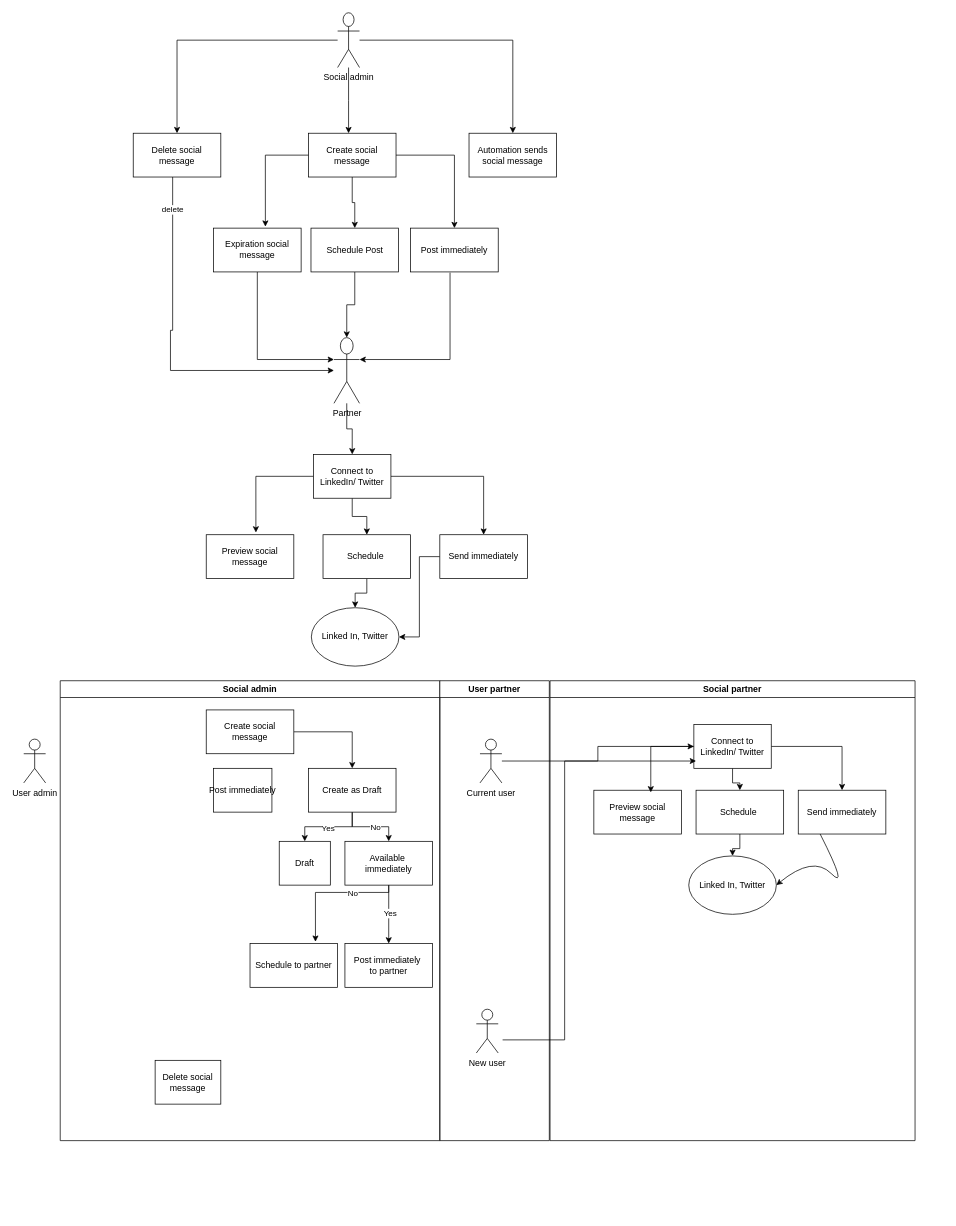
Before: Untitled Diagram.drawio in MyBN/Social-module, a draw.io diagram. Source tidied: cells renumbered, new cells numbered last; positions are measured from the earlier drawing's top-left corner, leaving out a move shared by most shapes. Both pictures are drawn from the tidied source at 73%, with x=0, y=0 at pixel (23, 12).
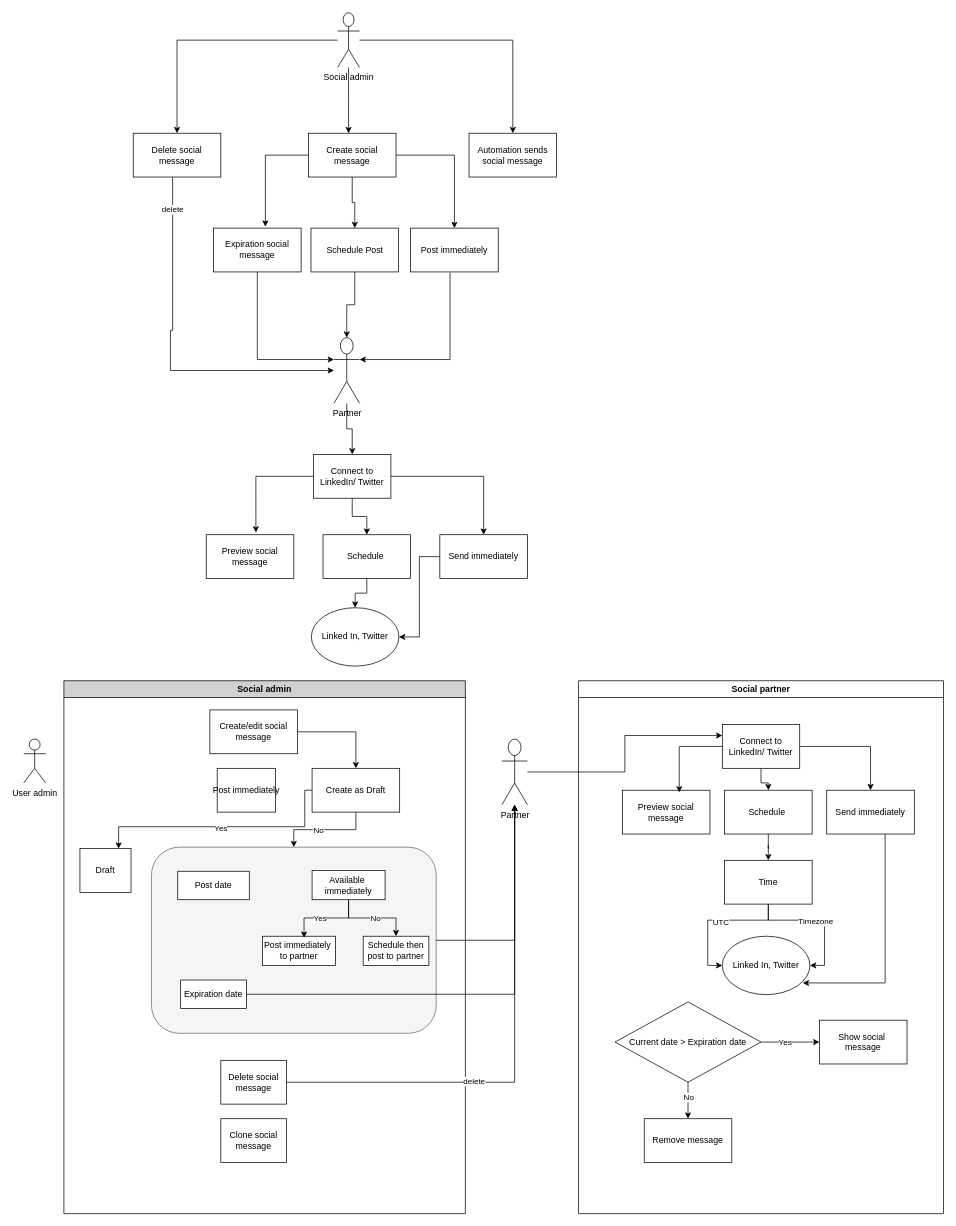
Above is the later version.

Commit message:
Social module flow

Unchanged cells that the change refers to:
```xml
<mxCell id="40" value="Create as Draft" style="rounded=0;whiteSpace=wrap;html=1;" parent="32" vertex="1">
  <mxGeometry x="340" y="120" width="120" height="60" as="geometry" />
</mxCell>
<mxCell id="57" value="Connect to LinkedIn/ Twitter" style="whiteSpace=wrap;html=1;verticalAlign=middle;" parent="54" vertex="1">
  <mxGeometry x="197" y="60" width="106" height="60" as="geometry" />
</mxCell>
<mxCell id="60" value="Schedule&amp;nbsp;" style="whiteSpace=wrap;html=1;verticalAlign=middle;" parent="54" vertex="1">
  <mxGeometry x="200" y="150" width="120" height="60" as="geometry" />
</mxCell>
<mxCell id="61" value="Send&amp;nbsp;immediately" style="whiteSpace=wrap;html=1;verticalAlign=middle;align=center;" parent="54" vertex="1">
  <mxGeometry x="340" y="150" width="120" height="60" as="geometry" />
</mxCell>
```

The edit, as a diff of the source:
```diff
@@
-    <mxCell id="32" value="Social admin" style="swimlane;whiteSpace=wrap;html=1;" parent="1" vertex="1">
-      <mxGeometry x="50" y="915" width="520" height="630" as="geometry" />
+    <mxCell id="32" value="Social admin" style="swimlane;whiteSpace=wrap;html=1;labelBackgroundColor=none;fillColor=#d1d1d1;" parent="1" vertex="1">
+      <mxGeometry x="55" y="915" width="550" height="730" as="geometry" />
     </mxCell>
+    <mxCell id="67" style="rounded=1;whiteSpace=wrap;html=1;labelBackgroundColor=#d00b0b;fillColor=#f5f5f5;strokeColor=#666666;fontColor=#333333;" parent="32" vertex="1">
+      <mxGeometry x="120" y="228" width="390" height="255" as="geometry" />
+    </mxCell>
     <mxCell id="33" value="Delete social message" style="rounded=0;whiteSpace=wrap;html=1;" parent="32" vertex="1">
-      <mxGeometry x="130" y="520" width="90" height="60" as="geometry" />
+      <mxGeometry x="215" y="520" width="90" height="60" as="geometry" />
     </mxCell>
@@
-    <mxCell id="35" value="Create social message" style="rounded=0;whiteSpace=wrap;html=1;" parent="32" vertex="1">
+    <mxCell id="35" value="Create/edit social message" style="rounded=0;whiteSpace=wrap;html=1;" parent="32" vertex="1">
       <mxGeometry x="200" y="40" width="120" height="60" as="geometry" />
     </mxCell>
     <mxCell id="36" style="edgeStyle=orthogonalEdgeStyle;rounded=0;jettySize=auto;html=1;" parent="32" edge="1" source="40" target="41">
-      <mxGeometry relative="1" as="geometry" />
+      <mxGeometry relative="1" as="geometry">
+        <Array as="points">
+          <mxPoint x="330" y="150" />
+          <mxPoint x="330" y="200" />
+          <mxPoint x="75" y="200" />
+        </Array>
+      </mxGeometry>
     </mxCell>
@@
-    <mxCell id="38" style="edgeStyle=orthogonalEdgeStyle;rounded=0;jettySize=auto;html=1;entryX=0.5;entryY=0;entryDx=0;entryDy=0;" parent="32" edge="1" source="40" target="44">
+    <mxCell id="38" style="edgeStyle=orthogonalEdgeStyle;rounded=0;jettySize=auto;html=1;entryX=0.5;entryY=0;entryDx=0;entryDy=0;" parent="32" edge="1" source="40" target="67">
       <mxGeometry relative="1" as="geometry" />
     </mxCell>
@@
     <mxCell id="41" value="Draft" style="rounded=0;whiteSpace=wrap;html=1;" parent="32" vertex="1">
-      <mxGeometry x="300" y="220" width="70" height="60" as="geometry" />
+      <mxGeometry x="22" y="230" width="70" height="60" as="geometry" />
     </mxCell>
-    <mxCell id="42" style="edgeStyle=orthogonalEdgeStyle;rounded=0;jettySize=auto;html=1;" parent="32" edge="1" source="44" target="46">
-      <mxGeometry relative="1" as="geometry" />
-    </mxCell>
-    <mxCell id="43" value="Yes" style="edgeLabel;html=1;align=center;verticalAlign=middle;" parent="42" vertex="1">
-      <mxGeometry x="-0.06" y="1" relative="1" as="geometry" />
-    </mxCell>
+    <mxCell id="48" style="edgeStyle=orthogonalEdgeStyle;rounded=0;jettySize=auto;html=1;entryX=0.5;entryY=0;entryDx=0;entryDy=0;" parent="32" edge="1" source="44" target="47">
+      <mxGeometry relative="1" as="geometry" />
+    </mxCell>
+    <mxCell id="68" value="No" style="edgeLabel;html=1;align=center;verticalAlign=middle;" parent="48" vertex="1">
+      <mxGeometry x="0.06" relative="1" as="geometry" />
+    </mxCell>
     <mxCell id="44" value="Available&amp;nbsp;&lt;div&gt;immediately&lt;/div&gt;" style="rounded=0;whiteSpace=wrap;html=1;" parent="32" vertex="1">
-      <mxGeometry x="390" y="220" width="120" height="60" as="geometry" />
+      <mxGeometry x="340" y="260" width="100" height="40" as="geometry" />
     </mxCell>
@@
     <mxCell id="46" value="Post immediately&amp;nbsp;&lt;div&gt;to partner&lt;/div&gt;" style="whiteSpace=wrap;html=1;rounded=0;" parent="32" vertex="1">
-      <mxGeometry x="390" y="360" width="120" height="60" as="geometry" />
+      <mxGeometry x="272" y="350" width="100" height="40" as="geometry" />
     </mxCell>
-    <mxCell id="47" value="Schedule to partner" style="whiteSpace=wrap;html=1;rounded=0;" parent="32" vertex="1">
-      <mxGeometry x="260" y="360" width="120" height="60" as="geometry" />
+    <mxCell id="47" value="Schedule then post to partner" style="whiteSpace=wrap;html=1;rounded=0;" parent="32" vertex="1">
+      <mxGeometry x="410" y="350" width="90" height="40" as="geometry" />
     </mxCell>
-    <mxCell id="48" style="edgeStyle=orthogonalEdgeStyle;rounded=0;jettySize=auto;html=1;entryX=0.747;entryY=-0.04;entryDx=0;entryDy=0;entryPerimeter=0;" parent="32" edge="1" source="44" target="47">
-      <mxGeometry relative="1" as="geometry">
-        <Array as="points">
-          <mxPoint x="450" y="290" />
-          <mxPoint x="350" y="290" />
-        </Array>
-      </mxGeometry>
-    </mxCell>
-    <mxCell id="49" value="No" style="edgeLabel;html=1;align=center;verticalAlign=middle;" parent="48" vertex="1">
-      <mxGeometry x="-0.33" relative="1" as="geometry" />
-    </mxCell>
-    <mxCell id="50" value="User partner" style="swimlane;whiteSpace=wrap;html=1;startSize=23;" parent="1" vertex="1">
-      <mxGeometry x="570" y="915" width="150" height="630" as="geometry" />
-    </mxCell>
-    <mxCell id="51" value="Current user" style="shape=umlActor;verticalLabelPosition=bottom;verticalAlign=top;html=1;outlineConnect=0;" parent="50" vertex="1">
-      <mxGeometry x="55" y="80" width="30" height="60" as="geometry" />
-    </mxCell>
-    <mxCell id="52" value="New user" style="shape=umlActor;verticalLabelPosition=bottom;verticalAlign=top;html=1;" parent="50" vertex="1">
-      <mxGeometry x="50" y="450" width="30" height="60" as="geometry" />
-    </mxCell>
+    <mxCell id="69" value="Post date" style="rounded=0;whiteSpace=wrap;html=1;" parent="32" vertex="1">
+      <mxGeometry x="156" y="261" width="98" height="39" as="geometry" />
+    </mxCell>
+    <mxCell id="70" value="Expiration date" style="rounded=0;whiteSpace=wrap;html=1;" parent="32" vertex="1">
+      <mxGeometry x="160" y="410" width="90" height="39" as="geometry" />
+    </mxCell>
+    <mxCell id="42" style="edgeStyle=orthogonalEdgeStyle;rounded=0;jettySize=auto;html=1;entryX=0.57;entryY=0.054;entryDx=0;entryDy=0;entryPerimeter=0;" parent="32" edge="1" source="44" target="46">
+      <mxGeometry relative="1" as="geometry" />
+    </mxCell>
+    <mxCell id="71" value="Yes" style="edgeLabel;html=1;align=center;verticalAlign=middle;" parent="42" vertex="1">
+      <mxGeometry x="0.14" y="-1" relative="1" as="geometry" />
+    </mxCell>
+    <mxCell id="72" value="Clone social message" style="rounded=0;whiteSpace=wrap;html=1;" parent="32" vertex="1">
+      <mxGeometry x="215" y="600" width="90" height="60" as="geometry" />
+    </mxCell>
@@
     <mxCell id="54" value="Social partner" style="swimlane;whiteSpace=wrap;html=1;startSize=23;" parent="1" vertex="1">
-      <mxGeometry x="721" y="915" width="500" height="630" as="geometry" />
+      <mxGeometry x="760" y="915" width="500" height="730" as="geometry" />
     </mxCell>
@@
-    <mxCell id="59" style="edgeStyle=orthogonalEdgeStyle;rounded=0;jettySize=auto;html=1;" parent="54" edge="1" source="60" target="64">
-      <mxGeometry relative="1" as="geometry" />
-    </mxCell>
+    <mxCell id="73" style="edgeStyle=orthogonalEdgeStyle;rounded=0;jettySize=auto;html=1;" parent="54" edge="1" source="60" target="85">
+      <mxGeometry relative="1" as="geometry" />
+    </mxCell>
@@
-    <mxCell id="62" style="edgeStyle=orthogonalEdgeStyle;rounded=0;orthogonalLoop=1;jettySize=auto;html=1;entryX=-0.019;entryY=0.633;entryDx=0;entryDy=0;entryPerimeter=0;" parent="54" edge="1">
-      <mxGeometry relative="1" as="geometry">
-        <mxPoint x="-65" y="492" as="sourcePoint" />
-        <mxPoint x="200" y="110" as="targetPoint" />
-        <Array as="points">
-          <mxPoint x="20" y="492" />
-          <mxPoint x="20" y="110" />
-        </Array>
-      </mxGeometry>
-    </mxCell>
@@
     <mxCell id="64" value="Linked In, Twitter" style="ellipse;whiteSpace=wrap;html=1;" parent="54" vertex="1">
-      <mxGeometry x="190" y="240" width="120" height="80" as="geometry" />
+      <mxGeometry x="197" y="350" width="120" height="80" as="geometry" />
     </mxCell>
-    <mxCell id="65" style="curved=1;endArrow=classic;html=1;rounded=0;exitX=0.25;exitY=1;exitDx=0;exitDy=0;" parent="54" edge="1" source="61">
-      <mxGeometry relative="1" as="geometry">
-        <mxPoint x="310" y="280" as="targetPoint" />
-        <Array as="points">
-          <mxPoint x="410" y="289" />
-          <mxPoint x="360" y="239" />
-        </Array>
-      </mxGeometry>
-    </mxCell>
-    <mxCell id="66" style="edgeStyle=orthogonalEdgeStyle;rounded=0;jettySize=auto;html=1;entryX=0;entryY=0.5;entryDx=0;entryDy=0;" parent="1" edge="1" source="51" target="57">
-      <mxGeometry relative="1" as="geometry" />
-    </mxCell>
+    <mxCell id="74" style="edgeStyle=orthogonalEdgeStyle;rounded=0;jettySize=auto;html=1;" parent="54" edge="1" source="78" target="79">
+      <mxGeometry relative="1" as="geometry" />
+    </mxCell>
+    <mxCell id="75" value="Yes" style="edgeLabel;html=1;align=center;verticalAlign=middle;" parent="74" vertex="1">
+      <mxGeometry x="-0.2" relative="1" as="geometry" />
+    </mxCell>
+    <mxCell id="76" style="edgeStyle=orthogonalEdgeStyle;rounded=0;jettySize=auto;html=1;" parent="54" edge="1" source="78" target="80">
+      <mxGeometry relative="1" as="geometry" />
+    </mxCell>
+    <mxCell id="77" value="No" style="edgeLabel;html=1;align=center;verticalAlign=middle;" parent="76" vertex="1">
+      <mxGeometry x="-0.2" relative="1" as="geometry" />
+    </mxCell>
+    <mxCell id="78" value="Current date &amp;gt; Expiration date" style="rhombus;whiteSpace=wrap;html=1;" parent="54" vertex="1">
+      <mxGeometry x="50" y="440" width="200" height="110" as="geometry" />
+    </mxCell>
+    <mxCell id="79" value="Show social&amp;nbsp;&lt;div&gt;message&lt;/div&gt;" style="whiteSpace=wrap;html=1;" parent="54" vertex="1">
+      <mxGeometry x="330" y="465" width="120" height="60" as="geometry" />
+    </mxCell>
+    <mxCell id="80" value="Remove message" style="whiteSpace=wrap;html=1;" parent="54" vertex="1">
+      <mxGeometry x="90" y="600" width="120" height="60" as="geometry" />
+    </mxCell>
+    <mxCell id="81" style="edgeStyle=orthogonalEdgeStyle;rounded=0;jettySize=auto;html=1;entryX=0;entryY=0.5;entryDx=0;entryDy=0;" parent="54" edge="1" source="85" target="64">
+      <mxGeometry relative="1" as="geometry" />
+    </mxCell>
+    <mxCell id="82" value="UTC" style="edgeLabel;html=1;align=center;verticalAlign=middle;" parent="81" vertex="1">
+      <mxGeometry x="-0.06" y="2" relative="1" as="geometry" />
+    </mxCell>
+    <mxCell id="83" style="edgeStyle=orthogonalEdgeStyle;rounded=0;jettySize=auto;html=1;entryX=1;entryY=0.5;entryDx=0;entryDy=0;" parent="54" edge="1" source="85" target="64">
+      <mxGeometry relative="1" as="geometry" />
+    </mxCell>
+    <mxCell id="84" value="Timezone" style="edgeLabel;html=1;align=center;verticalAlign=middle;" parent="83" vertex="1">
+      <mxGeometry x="-0.05" y="-1" relative="1" as="geometry" />
+    </mxCell>
+    <mxCell id="85" value="Time" style="rounded=0;whiteSpace=wrap;html=1;" parent="54" vertex="1">
+      <mxGeometry x="200" y="246" width="120" height="60" as="geometry" />
+    </mxCell>
+    <mxCell id="86" style="edgeStyle=orthogonalEdgeStyle;rounded=0;jettySize=auto;html=1;entryX=0.918;entryY=0.8;entryDx=0;entryDy=0;entryPerimeter=0;" parent="54" edge="1" source="61" target="64">
+      <mxGeometry relative="1" as="geometry">
+        <Array as="points">
+          <mxPoint x="420" y="414" />
+        </Array>
+      </mxGeometry>
+    </mxCell>
+    <mxCell id="87" style="edgeStyle=orthogonalEdgeStyle;rounded=0;jettySize=auto;html=1;entryX=0;entryY=0.25;entryDx=0;entryDy=0;" parent="1" edge="1" source="88" target="57">
+      <mxGeometry relative="1" as="geometry" />
+    </mxCell>
+    <mxCell id="88" value="Partner" style="shape=umlActor;verticalLabelPosition=bottom;verticalAlign=top;html=1;outlineConnect=0;" parent="1" vertex="1">
+      <mxGeometry x="655" y="995" width="35" height="90" as="geometry" />
+    </mxCell>
+    <mxCell id="89" style="edgeStyle=orthogonalEdgeStyle;rounded=0;jettySize=auto;html=1;" parent="1" edge="1" source="67" target="88">
+      <mxGeometry relative="1" as="geometry" />
+    </mxCell>
+    <mxCell id="90" style="edgeStyle=orthogonalEdgeStyle;rounded=0;jettySize=auto;html=1;" parent="1" edge="1" source="33" target="88">
+      <mxGeometry relative="1" as="geometry" />
+    </mxCell>
+    <mxCell id="91" value="delete" style="edgeLabel;html=1;align=center;verticalAlign=middle;" parent="90" vertex="1">
+      <mxGeometry x="-0.26" y="2" relative="1" as="geometry" />
+    </mxCell>
+    <mxCell id="92" style="edgeStyle=orthogonalEdgeStyle;rounded=0;jettySize=auto;html=1;" parent="1" edge="1" source="70" target="88">
+      <mxGeometry relative="1" as="geometry" />
+    </mxCell>
```
